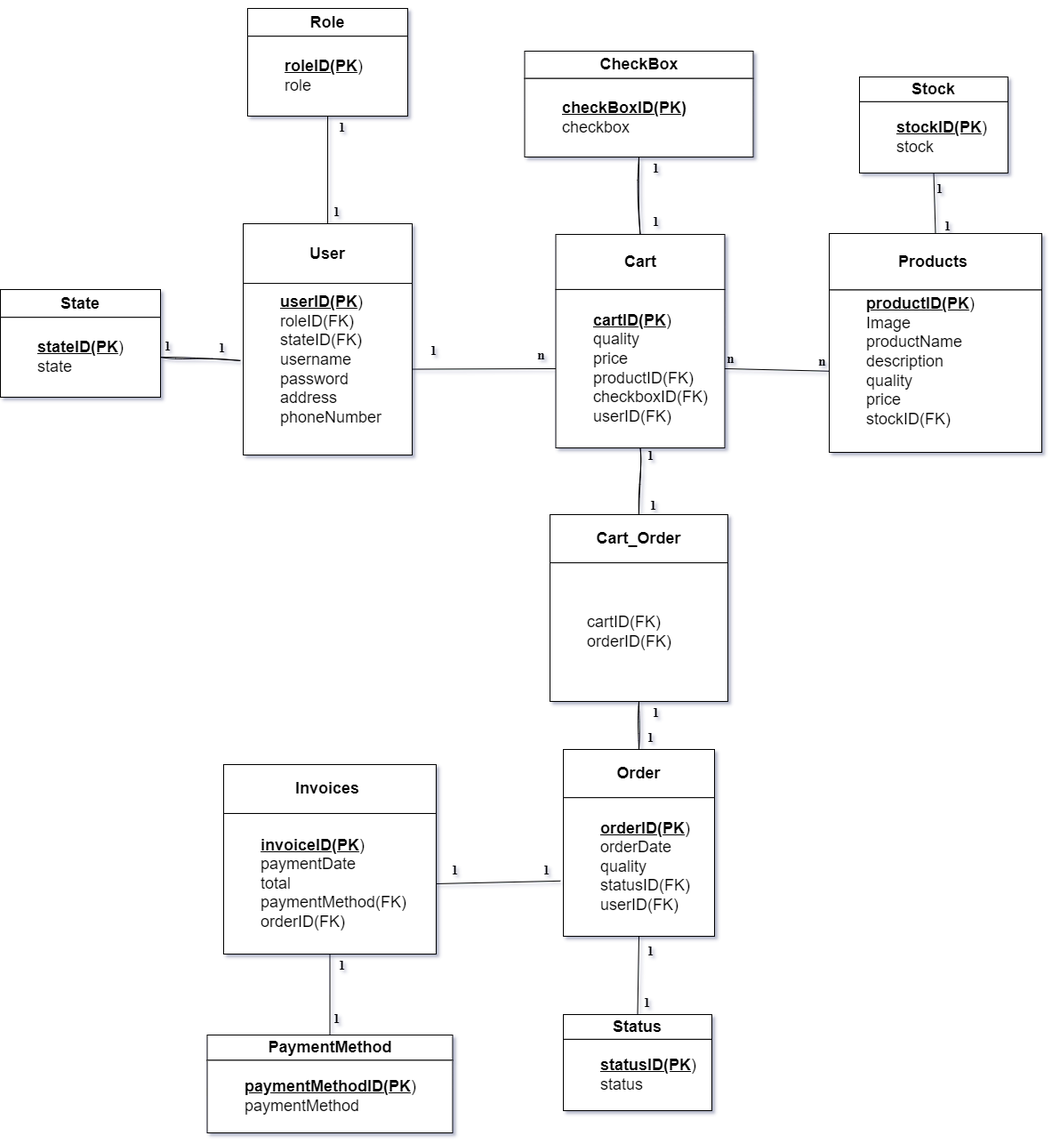
The draw.io diagram DuAn4.drawio.png in PhamThom129D/JDBC, before a commit. Source tidied: cells renumbered, new cells last; positions are measured from the earlier drawing's top-left corner, leaving out a move shared by most shapes.
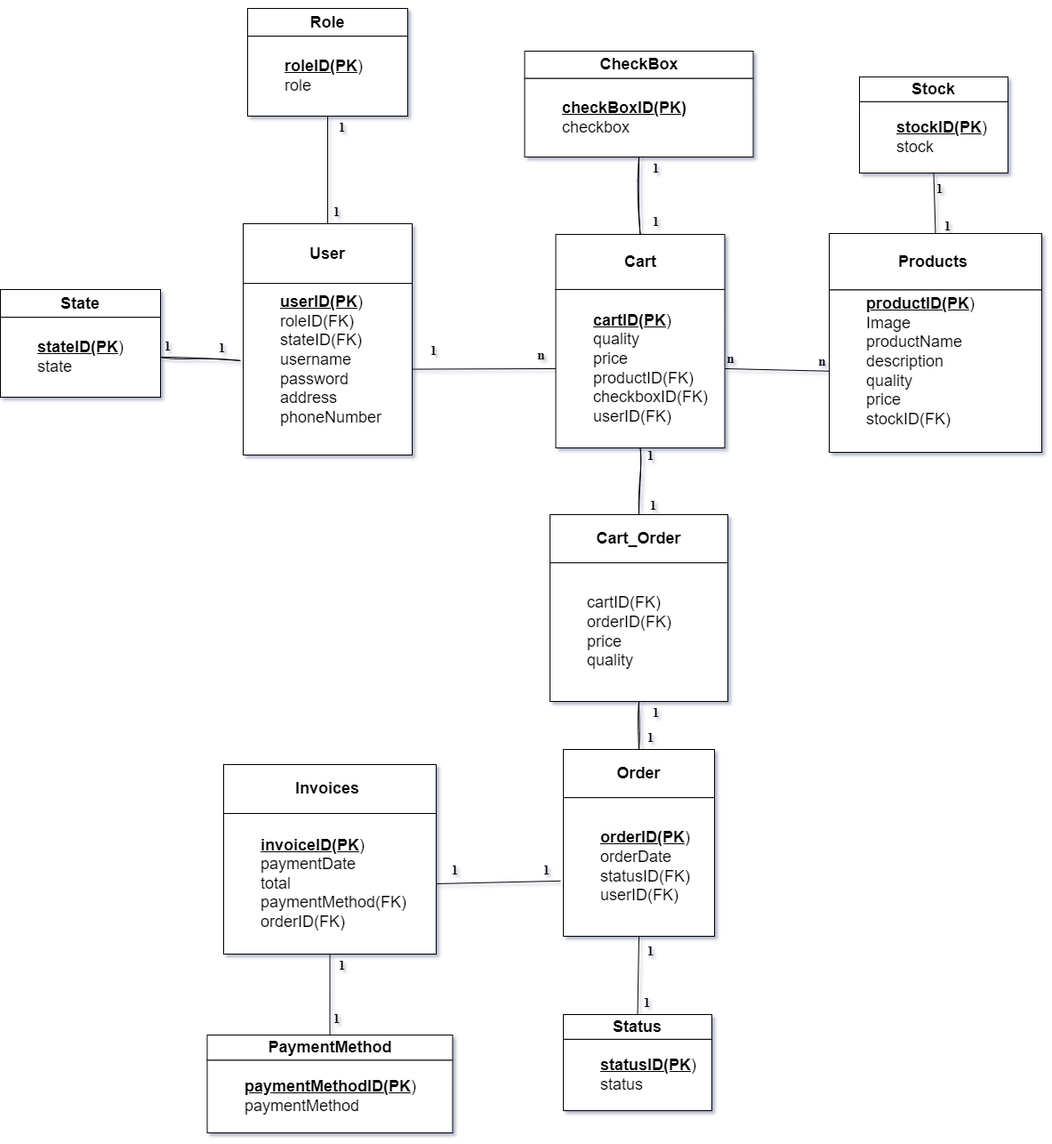
After the commit.

Commit message:
Cập nhật DuAn4.drawio.png

What changed in the source:
```diff
@@ -35,7 +35,7 @@
     <mxCell id="12" value="&lt;h2&gt;Order&lt;/h2&gt;" style="rounded=0;whiteSpace=wrap;html=1;align=center;labelBackgroundColor=none;" parent="11" vertex="1">
       <mxGeometry width="170" height="54.2" as="geometry" />
     </mxCell>
-    <mxCell id="13" value="&lt;blockquote style=&quot;margin: 0px 0px 0px 40px; border: none; padding: 0px; font-size: 18px;&quot;&gt;&lt;u&gt;&lt;b&gt;orderID(PK&lt;/b&gt;&lt;/u&gt;)&lt;br&gt;orderDate&lt;br&gt;quality&lt;/blockquote&gt;&lt;blockquote style=&quot;margin: 0px 0px 0px 40px; border: none; padding: 0px; font-size: 18px;&quot;&gt;statusID(FK)&lt;/blockquote&gt;&lt;blockquote style=&quot;margin: 0px 0px 0px 40px; border: none; padding: 0px; font-size: 18px;&quot;&gt;userID(FK)&lt;/blockquote&gt;" style="rounded=0;whiteSpace=wrap;html=1;align=left;labelPosition=center;verticalLabelPosition=middle;verticalAlign=middle;labelBackgroundColor=none;" parent="11" vertex="1">
+    <mxCell id="13" value="&lt;blockquote style=&quot;margin: 0px 0px 0px 40px; border: none; padding: 0px; font-size: 18px;&quot;&gt;&lt;u&gt;&lt;b&gt;orderID(PK&lt;/b&gt;&lt;/u&gt;)&lt;br&gt;orderDate&lt;br&gt;&lt;/blockquote&gt;&lt;blockquote style=&quot;margin: 0px 0px 0px 40px; border: none; padding: 0px; font-size: 18px;&quot;&gt;statusID(FK)&lt;/blockquote&gt;&lt;blockquote style=&quot;margin: 0px 0px 0px 40px; border: none; padding: 0px; font-size: 18px;&quot;&gt;userID(FK)&lt;/blockquote&gt;" style="rounded=0;whiteSpace=wrap;html=1;align=left;labelPosition=center;verticalLabelPosition=middle;verticalAlign=middle;labelBackgroundColor=none;" parent="11" vertex="1">
       <mxGeometry y="54.2" width="170" height="155.8" as="geometry" />
     </mxCell>
     <mxCell id="14" style="group;verticalAlign=bottom;align=center;labelPosition=center;verticalLabelPosition=top;textDirection=ltr;rounded=0;labelBackgroundColor=none;" parent="1" vertex="1">
@@ -92,7 +92,7 @@
     <mxCell id="31" value="&lt;h2&gt;Cart_Order&lt;/h2&gt;" style="rounded=0;whiteSpace=wrap;html=1;align=center;labelBackgroundColor=none;" parent="30" vertex="1">
       <mxGeometry width="200" height="54.2" as="geometry" />
     </mxCell>
-    <mxCell id="32" value="&lt;blockquote style=&quot;margin: 0px 0px 0px 40px; border: none; padding: 0px; font-size: 18px;&quot;&gt;cartID(FK)&lt;/blockquote&gt;&lt;blockquote style=&quot;margin: 0px 0px 0px 40px; border: none; padding: 0px; font-size: 18px;&quot;&gt;orderID(FK)&lt;/blockquote&gt;" style="rounded=0;whiteSpace=wrap;html=1;align=left;labelPosition=center;verticalLabelPosition=middle;verticalAlign=middle;labelBackgroundColor=none;" parent="30" vertex="1">
+    <mxCell id="32" value="&lt;blockquote style=&quot;margin: 0px 0px 0px 40px; border: none; padding: 0px; font-size: 18px;&quot;&gt;cartID(FK)&lt;/blockquote&gt;&lt;blockquote style=&quot;margin: 0px 0px 0px 40px; border: none; padding: 0px; font-size: 18px;&quot;&gt;orderID(FK)&lt;/blockquote&gt;&lt;blockquote style=&quot;margin: 0px 0px 0px 40px; border: none; padding: 0px; font-size: 18px;&quot;&gt;price&lt;/blockquote&gt;&lt;blockquote style=&quot;margin: 0px 0px 0px 40px; border: none; padding: 0px; font-size: 18px;&quot;&gt;quality&lt;/blockquote&gt;" style="rounded=0;whiteSpace=wrap;html=1;align=left;labelPosition=center;verticalLabelPosition=middle;verticalAlign=middle;labelBackgroundColor=none;" parent="30" vertex="1">
       <mxGeometry y="54.2" width="200" height="155.8" as="geometry" />
     </mxCell>
     <mxCell id="33" style="endArrow=none;html=1;rounded=0;exitX=0.5;exitY=0;exitDx=0;exitDy=0;entryX=0.5;entryY=1;entryDx=0;entryDy=0;labelBackgroundColor=none;fontColor=default;" parent="1" edge="1" source="6" target="19">
```
